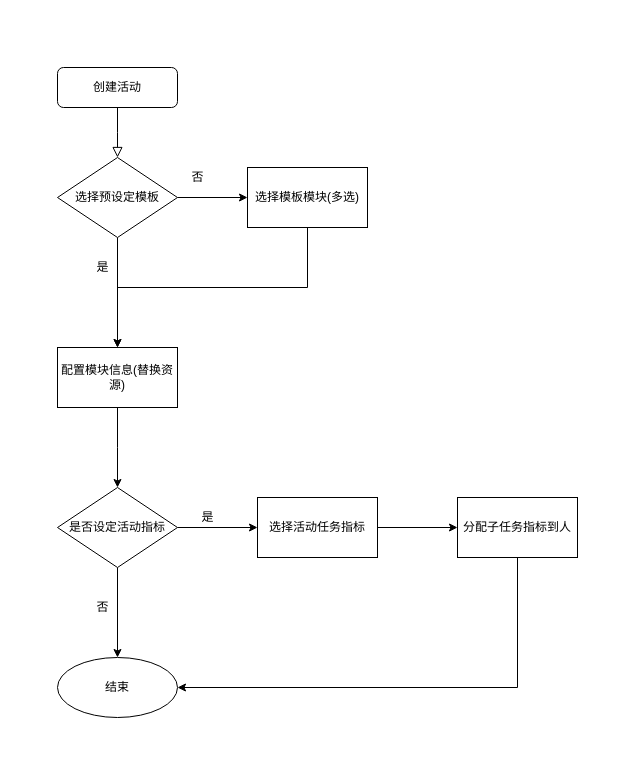
Above: examples/创建活动.drawio in linxinqiang90/drawio (draw.io), before the change. Source tidied: cells renumbered, new cells numbered last; positions are measured from the earlier drawing's top-left corner, leaving out a move shared by most shapes. Both pictures are drawn from the tidied source at 100%, with x=0, y=0 at pixel (57, 67).
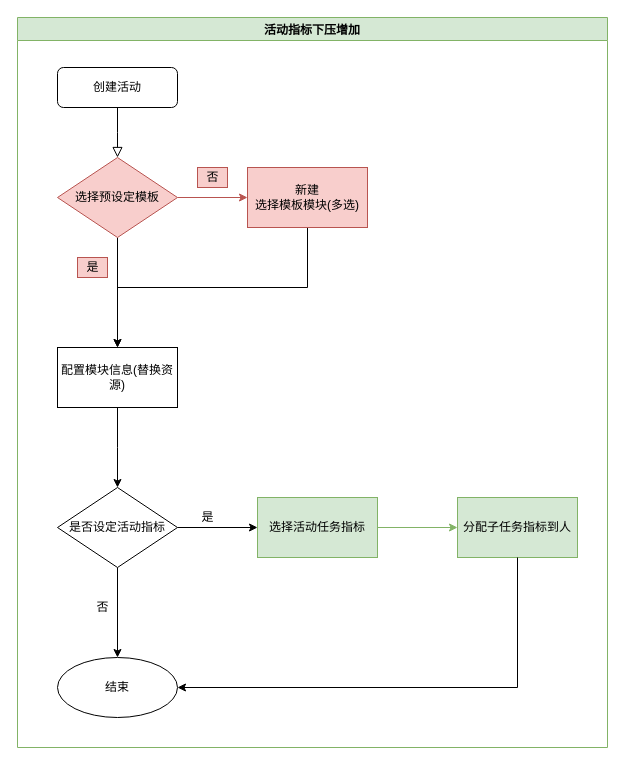
Above is the later version.

Commit message (it also covers changes not shown here):
更新创建活动.drawio

The edit, as a diff of the source:
```diff
@@
-    <mxCell id="5" style="edgeStyle=orthogonalEdgeStyle;rounded=0;jettySize=auto;html=1;" parent="1" edge="1" source="6" target="10">
+    <mxCell id="5" style="edgeStyle=orthogonalEdgeStyle;rounded=0;jettySize=auto;html=1;fillColor=#f8cecc;strokeColor=#b85450;" parent="1" edge="1" source="6" target="10">
       <mxGeometry relative="1" as="geometry" />
     </mxCell>
-    <mxCell id="6" value="选择预设定模板" style="rhombus;whiteSpace=wrap;html=1;" parent="1" vertex="1">
+    <mxCell id="6" value="选择预设定模板" style="rhombus;whiteSpace=wrap;html=1;fillColor=#f8cecc;strokeColor=#b85450;" parent="1" vertex="1">
       <mxGeometry y="90" width="120" height="80" as="geometry" />
     </mxCell>
@@
-    <mxCell id="10" value="&lt;span&gt;选择模板模块(多选)&lt;/span&gt;" style="whiteSpace=wrap;html=1;" parent="1" vertex="1">
+    <mxCell id="10" value="&lt;span&gt;新建&lt;br&gt;选择模板模块(多选)&lt;/span&gt;" style="whiteSpace=wrap;html=1;fillColor=#f8cecc;strokeColor=#b85450;" parent="1" vertex="1">
       <mxGeometry x="190" y="100" width="120" height="60" as="geometry" />
     </mxCell>
-    <mxCell id="11" value="否" style="text;html=1;align=center;verticalAlign=middle;strokeColor=none;fillColor=none;" parent="1" vertex="1">
-      <mxGeometry x="125" y="100" width="30" height="20" as="geometry" />
-    </mxCell>
-    <mxCell id="12" value="是" style="text;html=1;align=center;verticalAlign=middle;strokeColor=none;fillColor=none;" parent="1" vertex="1">
-      <mxGeometry x="30" y="190" width="30" height="20" as="geometry" />
-    </mxCell>
@@
-    <mxCell id="18" style="edgeStyle=orthogonalEdgeStyle;rounded=0;jettySize=auto;html=1;" parent="1" edge="1" source="19" target="21">
+    <mxCell id="18" style="edgeStyle=orthogonalEdgeStyle;rounded=0;jettySize=auto;html=1;fillColor=#d5e8d4;strokeColor=#82b366;" parent="1" edge="1" source="19" target="21">
       <mxGeometry relative="1" as="geometry" />
     </mxCell>
-    <mxCell id="19" value="选择活动任务指标" style="whiteSpace=wrap;html=1;" parent="1" vertex="1">
+    <mxCell id="19" value="选择活动任务指标" style="whiteSpace=wrap;html=1;fillColor=#d5e8d4;strokeColor=#82b366;" parent="1" vertex="1">
       <mxGeometry x="200" y="430" width="120" height="60" as="geometry" />
     </mxCell>
@@
-    <mxCell id="21" value="分配子任务指标到人" style="whiteSpace=wrap;html=1;" parent="1" vertex="1">
+    <mxCell id="21" value="分配子任务指标到人" style="whiteSpace=wrap;html=1;fillColor=#d5e8d4;strokeColor=#82b366;" parent="1" vertex="1">
       <mxGeometry x="400" y="430" width="120" height="60" as="geometry" />
     </mxCell>
@@
+    <mxCell id="23" value="活动指标下压增加" style="swimlane;fillColor=#d5e8d4;strokeColor=#82b366;" parent="1" vertex="1">
+      <mxGeometry x="-40" y="-50" width="590" height="730" as="geometry" />
+    </mxCell>
+    <mxCell id="12" value="是" style="text;html=1;align=center;verticalAlign=middle;strokeColor=#b85450;fillColor=#f8cecc;" parent="23" vertex="1">
+      <mxGeometry x="60" y="240" width="30" height="20" as="geometry" />
+    </mxCell>
+    <mxCell id="11" value="否" style="text;html=1;align=center;verticalAlign=middle;strokeColor=#b85450;fillColor=#f8cecc;" parent="23" vertex="1">
+      <mxGeometry x="180" y="150" width="30" height="20" as="geometry" />
+    </mxCell>
```
